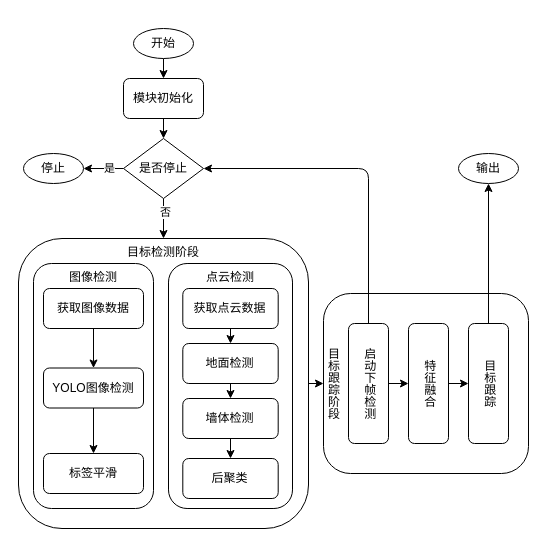
This is docs/flowcharts/frame.drawio from vesita/perple, a draw.io file, before an edit. Source tidied: cells renumbered, new cells numbered last; positions are measured from the earlier drawing's top-left corner, leaving out a move shared by most shapes. Both pictures are drawn from the tidied source at 100%, with x=0, y=0 at pixel (18, 28).
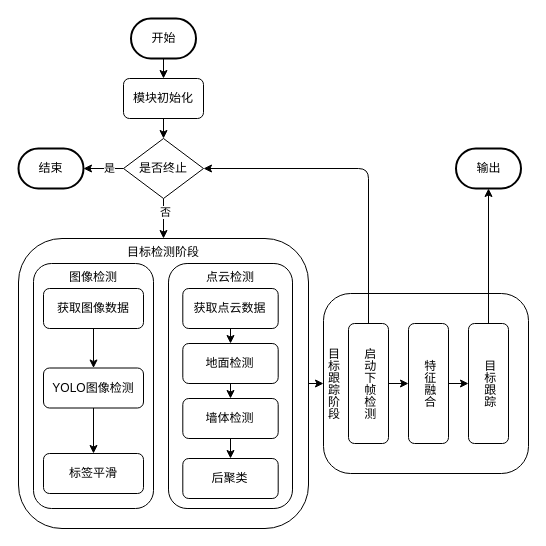
Above is the later version.

The change refers to these unchanged cells:
```xml
<mxCell id="5" value="模块初始化" style="rounded=1;whiteSpace=wrap;html=1;" parent="1" vertex="1">
  <mxGeometry x="105" y="50" width="80" height="40" as="geometry" />
</mxCell>
<mxCell id="36" value="目标跟踪" style="rounded=1;whiteSpace=wrap;html=1;textDirection=vertical-lr;" parent="32" vertex="1">
  <mxGeometry x="145" y="30" width="40" height="120" as="geometry" />
</mxCell>
```

Diff of the diagram source:
```diff
@@
-    <mxCell id="2" style="edgeStyle=none;html=1;exitX=0.5;exitY=1;exitDx=0;exitDy=0;entryX=0.5;entryY=0;entryDx=0;entryDy=0;" parent="1" edge="1" source="3" target="5">
+    <mxCell id="2" style="edgeStyle=none;html=1;exitX=0.5;exitY=1;exitDx=0;exitDy=0;entryX=0.5;entryY=0;entryDx=0;entryDy=0;exitPerimeter=0;" parent="1" edge="1" source="3" target="5">
       <mxGeometry relative="1" as="geometry" />
     </mxCell>
-    <mxCell id="3" value="开始" style="ellipse;whiteSpace=wrap;html=1;" parent="1" vertex="1">
-      <mxGeometry x="115" width="60" height="30" as="geometry" />
-    </mxCell>
@@
-    <mxCell id="8" style="edgeStyle=none;html=1;exitX=0;exitY=0.5;exitDx=0;exitDy=0;entryX=1;entryY=0.5;entryDx=0;entryDy=0;" parent="1" edge="1" source="10" target="12">
+    <mxCell id="8" style="edgeStyle=none;html=1;exitX=0;exitY=0.5;exitDx=0;exitDy=0;entryX=1;entryY=0.5;entryDx=0;entryDy=0;entryPerimeter=0;" parent="1" edge="1" source="10" target="41">
       <mxGeometry relative="1" as="geometry" />
     </mxCell>
@@
-    <mxCell id="10" value="是否停止" style="rhombus;whiteSpace=wrap;html=1;" parent="1" vertex="1">
+    <mxCell id="10" value="是否终止" style="rhombus;whiteSpace=wrap;html=1;" parent="1" vertex="1">
       <mxGeometry x="105" y="110" width="80" height="60" as="geometry" />
     </mxCell>
-    <mxCell id="11" value="输出" style="ellipse;whiteSpace=wrap;html=1;" parent="1" vertex="1">
-      <mxGeometry x="440" y="125" width="60" height="30" as="geometry" />
-    </mxCell>
-    <mxCell id="12" value="停止" style="ellipse;whiteSpace=wrap;html=1;" parent="1" vertex="1">
-      <mxGeometry x="5" y="125" width="60" height="30" as="geometry" />
-    </mxCell>
@@
-    <mxCell id="40" style="edgeStyle=none;html=1;exitX=0.5;exitY=0;exitDx=0;exitDy=0;entryX=0.5;entryY=1;entryDx=0;entryDy=0;" parent="1" edge="1" source="36" target="11">
+    <mxCell id="40" style="edgeStyle=none;html=1;exitX=0.5;exitY=0;exitDx=0;exitDy=0;entryX=0.5;entryY=1;entryDx=0;entryDy=0;entryPerimeter=0;" parent="1" edge="1" source="36" target="11">
       <mxGeometry relative="1" as="geometry" />
     </mxCell>
+    <mxCell id="3" value="开始" style="strokeWidth=2;html=1;shape=mxgraph.flowchart.terminator;whiteSpace=wrap;" parent="1" vertex="1">
+      <mxGeometry x="112.5" y="-10" width="65" height="40" as="geometry" />
+    </mxCell>
+    <mxCell id="41" value="结束" style="strokeWidth=2;html=1;shape=mxgraph.flowchart.terminator;whiteSpace=wrap;" parent="1" vertex="1">
+      <mxGeometry y="120" width="65" height="40" as="geometry" />
+    </mxCell>
+    <mxCell id="11" value="输出" style="strokeWidth=2;html=1;shape=mxgraph.flowchart.terminator;whiteSpace=wrap;" parent="1" vertex="1">
+      <mxGeometry x="437.5" y="120" width="65" height="40" as="geometry" />
+    </mxCell>
```
